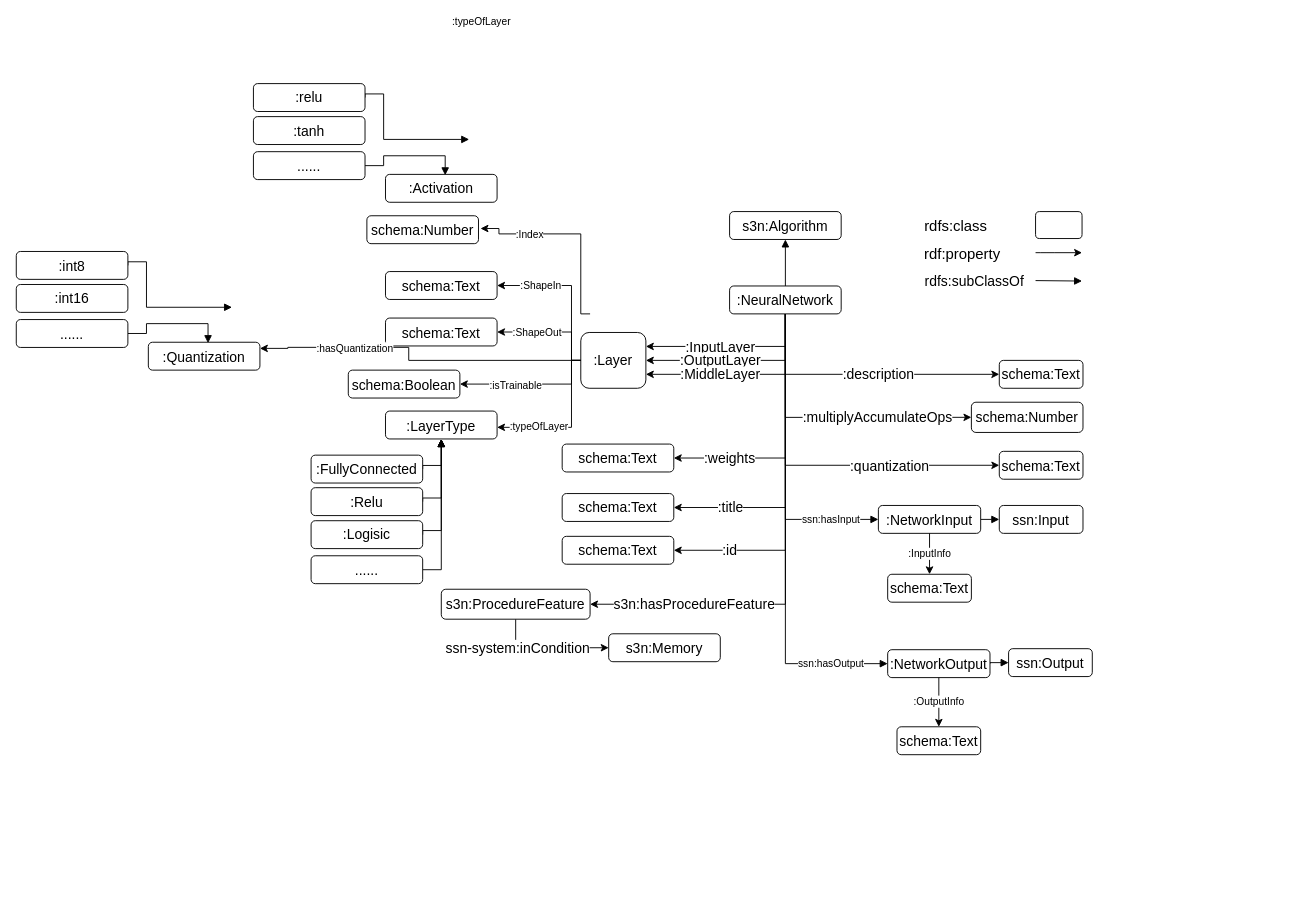
Before: NN_tinyML.drawio in Haoyu-R/appendix, a draw.io diagram. Source tidied: cells renumbered, new cells numbered last; positions are measured from the earlier drawing's top-left corner, leaving out a move shared by most shapes. Both pictures are drawn from the tidied source at 93%, with x=0, y=0 at pixel (16, 20).
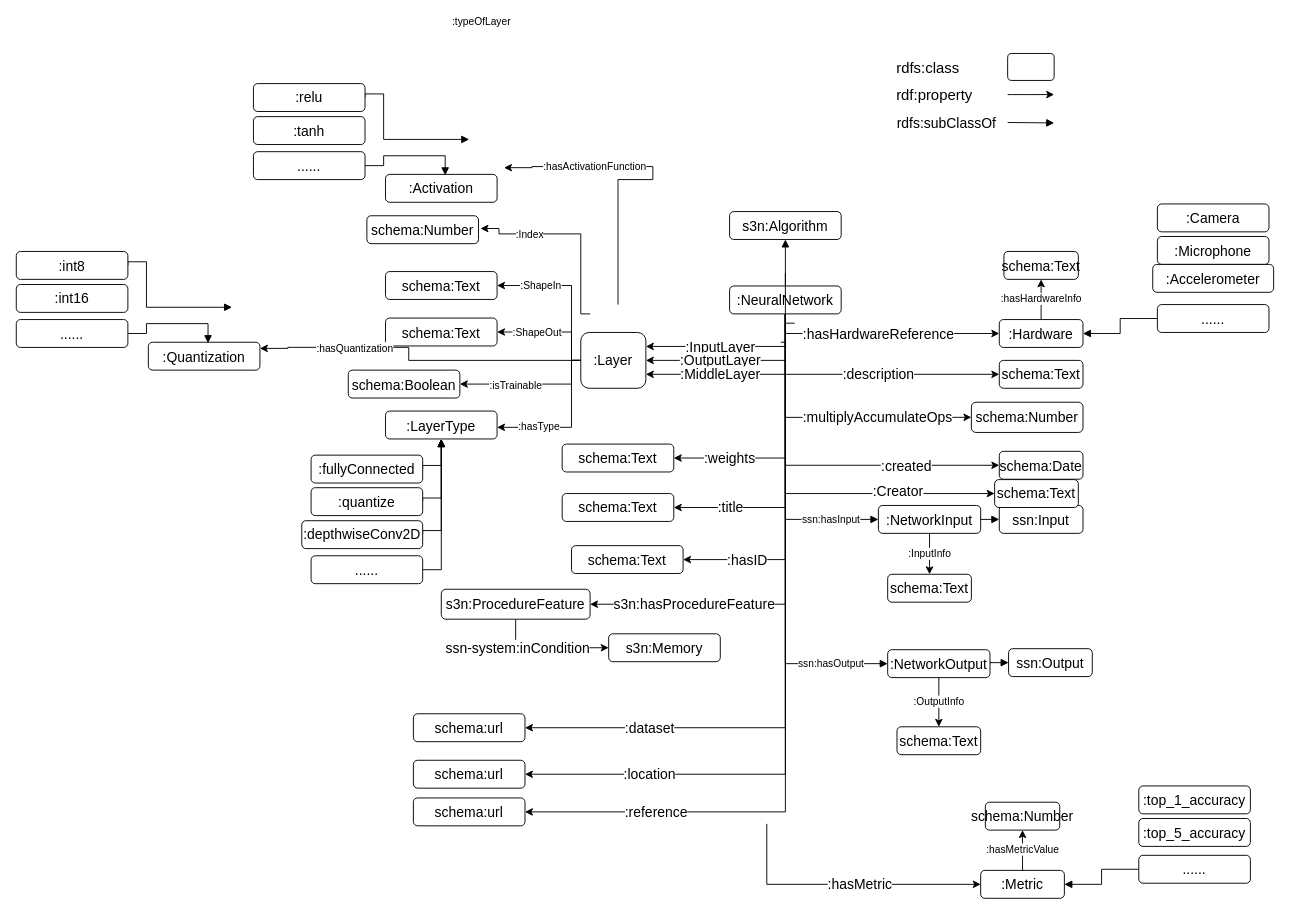
Above is the later version.

Unchanged cells that the change refers to:
```xml
<mxCell id="16" value=":NeuralNetwork" style="rounded=1;whiteSpace=wrap;html=1;fontSize=15;" parent="1" vertex="1">
  <mxGeometry x="767" y="285" width="120" height="30" as="geometry" />
</mxCell>
<mxCell id="46" style="edgeStyle=orthogonalEdgeStyle;rounded=0;jettySize=auto;html=1;exitX=0;exitY=0.5;exitDx=0;exitDy=0;" parent="1" edge="1" target="51">
  <mxGeometry relative="1" as="geometry">
    <mxPoint x="607" y="365" as="sourcePoint" />
    <Array as="points">
      <mxPoint x="597" y="365" />
      <mxPoint x="597" y="437" />
    </Array>
  </mxGeometry>
</mxCell>
```

What changed in the source:
```diff
@@
-    <mxCell id="4" value=":id" style="edgeStyle=orthogonalEdgeStyle;rounded=0;jettySize=auto;html=1;exitX=0.5;exitY=1;exitDx=0;exitDy=0;entryX=1;entryY=0.5;entryDx=0;entryDy=0;fontSize=15;" parent="1" edge="1" source="16" target="22">
-      <mxGeometry x="0.68" relative="1" as="geometry" />
+    <mxCell id="4" value=":dataset" style="edgeStyle=orthogonalEdgeStyle;rounded=0;jettySize=auto;html=1;exitX=0.5;exitY=1;exitDx=0;exitDy=0;entryX=1;entryY=0.5;entryDx=0;entryDy=0;fontSize=15;" parent="1" edge="1" source="16" target="22">
+      <mxGeometry x="0.63" relative="1" as="geometry" />
     </mxCell>
@@
-    <mxCell id="11" value=":quantization" style="edgeStyle=orthogonalEdgeStyle;rounded=0;jettySize=auto;html=1;exitX=0.5;exitY=1;exitDx=0;exitDy=0;entryX=0;entryY=0.5;entryDx=0;entryDy=0;fontSize=15;" parent="1" edge="1" source="16" target="20">
-      <mxGeometry x="0.4" relative="1" as="geometry" />
+    <mxCell id="11" value=":created" style="edgeStyle=orthogonalEdgeStyle;rounded=0;jettySize=auto;html=1;exitX=0.5;exitY=1;exitDx=0;exitDy=0;entryX=0;entryY=0.5;entryDx=0;entryDy=0;fontSize=15;" parent="1" edge="1" source="16" target="20">
+      <mxGeometry x="0.49" relative="1" as="geometry" />
     </mxCell>
@@
-    <mxCell id="20" value="schema:Text" style="rounded=1;whiteSpace=wrap;html=1;fontSize=15;" parent="1" vertex="1">
+    <mxCell id="20" value="schema:Date" style="rounded=1;whiteSpace=wrap;html=1;fontSize=15;" parent="1" vertex="1">
       <mxGeometry x="1057" y="462.8" width="90" height="30" as="geometry" />
     </mxCell>
@@
-    <mxCell id="22" value="schema:Text" style="rounded=1;whiteSpace=wrap;html=1;fontSize=15;" parent="1" vertex="1">
-      <mxGeometry x="587" y="554.2" width="120" height="30" as="geometry" />
+    <mxCell id="22" value="schema:url" style="rounded=1;whiteSpace=wrap;html=1;fontSize=15;" parent="1" vertex="1">
+      <mxGeometry x="427" y="745" width="120" height="30" as="geometry" />
     </mxCell>
@@
     <mxCell id="25" style="rounded=1;whiteSpace=wrap;html=1;fontSize=16;" parent="1" vertex="1">
-      <mxGeometry x="1096" y="205" width="50" height="29" as="geometry" />
+      <mxGeometry x="1066" y="35" width="50" height="29" as="geometry" />
     </mxCell>
     <mxCell id="26" value="rdfs:class" style="text;html=1;align=center;verticalAlign=middle;strokeColor=none;fontSize=16;" parent="1" vertex="1">
-      <mxGeometry x="970" y="209.5" width="80" height="20" as="geometry" />
+      <mxGeometry x="940" y="39.5" width="80" height="20" as="geometry" />
     </mxCell>
     <mxCell id="27" value="rdf:property" style="text;html=1;align=center;verticalAlign=middle;strokeColor=none;fontSize=16;" parent="1" vertex="1">
-      <mxGeometry x="967" y="239.5" width="100" height="20" as="geometry" />
+      <mxGeometry x="937" y="69.5" width="100" height="20" as="geometry" />
     </mxCell>
     <mxCell id="28" style="endArrow=classic;html=1;fontSize=16;" parent="1" edge="1">
       <mxGeometry relative="1" as="geometry">
-        <mxPoint x="1096" y="249.2" as="sourcePoint" />
-        <mxPoint x="1146" y="249.2" as="targetPoint" />
+        <mxPoint x="1066" y="79.2" as="sourcePoint" />
+        <mxPoint x="1116" y="79.2" as="targetPoint" />
         <Array as="points">
-          <mxPoint x="1106" y="249.2" />
+          <mxPoint x="1076" y="79.2" />
         </Array>
       </mxGeometry>
     </mxCell>
     <mxCell id="29" style="endArrow=block;html=1;fontSize=16;endFill=1;" parent="1" edge="1">
       <mxGeometry relative="1" as="geometry">
-        <mxPoint x="1096" y="279.2" as="sourcePoint" />
-        <mxPoint x="1146" y="279.7" as="targetPoint" />
+        <mxPoint x="1066" y="109.2" as="sourcePoint" />
+        <mxPoint x="1116" y="109.7" as="targetPoint" />
       </mxGeometry>
     </mxCell>
@@
     <mxCell id="33" value="rdfs:subClassOf" style="text;html=1;align=center;verticalAlign=middle;strokeColor=none;fontSize=15;" parent="1" vertex="1">
-      <mxGeometry x="970" y="269.5" width="120" height="20" as="geometry" />
+      <mxGeometry x="940" y="99.5" width="120" height="20" as="geometry" />
     </mxCell>
@@
-    <mxCell id="47" value=":typeOfLayer" style="edgeLabel;html=1;align=center;verticalAlign=middle;" parent="46" vertex="1">
+    <mxCell id="47" value=":hasType" style="edgeLabel;html=1;align=center;verticalAlign=middle;" parent="46" vertex="1">
       <mxGeometry x="0.48" y="1" relative="1" as="geometry">
         <mxPoint x="2" y="-3" as="offset" />
       </mxGeometry>
     </mxCell>
@@
-    <mxCell id="53" value="&lt;div&gt;:FullyConnected&lt;/div&gt;" style="rounded=1;whiteSpace=wrap;html=1;fontSize=15;" parent="1" vertex="1">
+    <mxCell id="53" value="&lt;div&gt;:fullyConnected&lt;/div&gt;" style="rounded=1;whiteSpace=wrap;html=1;fontSize=15;" parent="1" vertex="1">
       <mxGeometry x="317" y="466.9" width="120" height="30" as="geometry" />
     </mxCell>
@@
-    <mxCell id="55" value=":Relu" style="rounded=1;whiteSpace=wrap;html=1;fontSize=15;" parent="1" vertex="1">
+    <mxCell id="55" value=":quantize" style="rounded=1;whiteSpace=wrap;html=1;fontSize=15;" parent="1" vertex="1">
       <mxGeometry x="317" y="501.9" width="120" height="30" as="geometry" />
     </mxCell>
@@
-    <mxCell id="57" value=":Logisic" style="rounded=1;whiteSpace=wrap;html=1;fontSize=15;" parent="1" vertex="1">
-      <mxGeometry x="317" y="537.4" width="120" height="30" as="geometry" />
+    <mxCell id="57" value=":depthwiseConv2D" style="rounded=1;whiteSpace=wrap;html=1;fontSize=15;" parent="1" vertex="1">
+      <mxGeometry x="307" y="537.4" width="130" height="30" as="geometry" />
     </mxCell>
@@
+    <mxCell id="82" style="edgeStyle=orthogonalEdgeStyle;rounded=0;orthogonalLoop=1;jettySize=auto;html=1;entryX=1;entryY=0.5;entryDx=0;entryDy=0;" parent="1" edge="1">
+      <mxGeometry relative="1" as="geometry">
+        <mxPoint x="647" y="305" as="sourcePoint" />
+        <mxPoint x="524.5" y="157.8" as="targetPoint" />
+        <Array as="points">
+          <mxPoint x="684.5" y="170.6" />
+          <mxPoint x="684.5" y="156.6" />
+          <mxPoint x="554.5" y="156.6" />
+          <mxPoint x="554.5" y="157.6" />
+        </Array>
+      </mxGeometry>
+    </mxCell>
+    <mxCell id="83" value=":hasActivationFunction" style="edgeLabel;html=1;align=center;verticalAlign=middle;" parent="82" vertex="1">
+      <mxGeometry x="0.41" relative="1" as="geometry">
+        <mxPoint x="-4" as="offset" />
+      </mxGeometry>
+    </mxCell>
+    <mxCell id="84" value=":hasHardwareReference" style="edgeStyle=orthogonalEdgeStyle;rounded=0;jettySize=auto;html=1;exitX=0.5;exitY=1;exitDx=0;exitDy=0;entryX=0;entryY=0.5;entryDx=0;entryDy=0;fontSize=15;" parent="1" edge="1" target="85">
+      <mxGeometry x="0.12" relative="1" as="geometry">
+        <mxPoint x="827" y="271.1" as="sourcePoint" />
+        <Array as="points">
+          <mxPoint x="827" y="336" />
+        </Array>
+      </mxGeometry>
+    </mxCell>
+    <mxCell id="85" value=":Hardware" style="rounded=1;whiteSpace=wrap;html=1;fontSize=15;" parent="1" vertex="1">
+      <mxGeometry x="1057" y="321.1" width="90" height="30" as="geometry" />
+    </mxCell>
+    <mxCell id="86" value=":hasHardwareInfo" style="endArrow=classic;html=1;rounded=0;entryX=0.5;entryY=1;entryDx=0;entryDy=0;exitX=0.5;exitY=0;exitDx=0;exitDy=0;" parent="1" edge="1" source="85" target="87">
+      <mxGeometry relative="1" as="geometry" />
+    </mxCell>
+    <mxCell id="87" value="schema:Text" style="rounded=1;whiteSpace=wrap;html=1;fontSize=15;" parent="1" vertex="1">
+      <mxGeometry x="1062" y="247.9" width="80" height="30" as="geometry" />
+    </mxCell>
+    <mxCell id="88" value="&lt;div&gt;:Camera&lt;/div&gt;" style="rounded=1;whiteSpace=wrap;html=1;fontSize=15;" parent="1" vertex="1">
+      <mxGeometry x="1227" y="196.8" width="120" height="30" as="geometry" />
+    </mxCell>
+    <mxCell id="89" value=":Microphone" style="rounded=1;whiteSpace=wrap;html=1;fontSize=15;" parent="1" vertex="1">
+      <mxGeometry x="1227" y="231.8" width="120" height="30" as="geometry" />
+    </mxCell>
+    <mxCell id="90" value=":Accelerometer" style="rounded=1;whiteSpace=wrap;html=1;fontSize=15;" parent="1" vertex="1">
+      <mxGeometry x="1222" y="261.8" width="130" height="30" as="geometry" />
+    </mxCell>
+    <mxCell id="91" style="edgeStyle=orthogonalEdgeStyle;rounded=0;jettySize=auto;html=1;exitX=0;exitY=0.5;exitDx=0;exitDy=0;endArrow=block;endFill=1;entryX=1;entryY=0.5;entryDx=0;entryDy=0;" parent="1" edge="1" source="92" target="85">
+      <mxGeometry relative="1" as="geometry" />
+    </mxCell>
+    <mxCell id="92" value="......" style="rounded=1;whiteSpace=wrap;html=1;fontSize=15;" parent="1" vertex="1">
+      <mxGeometry x="1227" y="305" width="120" height="30" as="geometry" />
+    </mxCell>
+    <mxCell id="93" value=":hasMetric" style="edgeStyle=orthogonalEdgeStyle;rounded=0;jettySize=auto;html=1;exitX=0.5;exitY=1;exitDx=0;exitDy=0;entryX=0;entryY=0.5;entryDx=0;entryDy=0;fontSize=15;" parent="1" edge="1" target="94">
+      <mxGeometry x="0.12" relative="1" as="geometry">
+        <mxPoint x="807" y="863.4" as="sourcePoint" />
+        <Array as="points">
+          <mxPoint x="807" y="928.2" />
+        </Array>
+      </mxGeometry>
+    </mxCell>
+    <mxCell id="94" value=":Metric" style="rounded=1;whiteSpace=wrap;html=1;fontSize=15;" parent="1" vertex="1">
+      <mxGeometry x="1037" y="913.4" width="90" height="30" as="geometry" />
+    </mxCell>
+    <mxCell id="95" value=":hasMetricValue" style="endArrow=classic;html=1;rounded=0;entryX=0.5;entryY=1;entryDx=0;entryDy=0;exitX=0.5;exitY=0;exitDx=0;exitDy=0;" parent="1" edge="1" source="94" target="96">
+      <mxGeometry relative="1" as="geometry" />
+    </mxCell>
+    <mxCell id="96" value="schema:Number" style="rounded=1;whiteSpace=wrap;html=1;fontSize=15;" parent="1" vertex="1">
+      <mxGeometry x="1042" y="840.1" width="80" height="30" as="geometry" />
+    </mxCell>
+    <mxCell id="97" value=":top_1_accuracy" style="rounded=1;whiteSpace=wrap;html=1;fontSize=15;" parent="1" vertex="1">
+      <mxGeometry x="1207" y="822.6" width="120" height="30" as="geometry" />
+    </mxCell>
+    <mxCell id="98" value=":top_5_accuracy" style="rounded=1;whiteSpace=wrap;html=1;fontSize=15;" parent="1" vertex="1">
+      <mxGeometry x="1207" y="857.6" width="120" height="30" as="geometry" />
+    </mxCell>
+    <mxCell id="99" style="edgeStyle=orthogonalEdgeStyle;rounded=0;jettySize=auto;html=1;exitX=0;exitY=0.5;exitDx=0;exitDy=0;endArrow=block;endFill=1;entryX=1;entryY=0.5;entryDx=0;entryDy=0;" parent="1" edge="1" source="100" target="94">
+      <mxGeometry relative="1" as="geometry" />
+    </mxCell>
+    <mxCell id="100" value="......" style="rounded=1;whiteSpace=wrap;html=1;fontSize=15;" parent="1" vertex="1">
+      <mxGeometry x="1207" y="897.2" width="120" height="30" as="geometry" />
+    </mxCell>
+    <mxCell id="101" value=":hasID" style="edgeStyle=orthogonalEdgeStyle;rounded=0;jettySize=auto;html=1;exitX=0.5;exitY=1;exitDx=0;exitDy=0;entryX=1;entryY=0.5;entryDx=0;entryDy=0;fontSize=15;" parent="1" edge="1" target="102">
+      <mxGeometry x="0.63" relative="1" as="geometry">
+        <mxPoint x="837" y="325" as="sourcePoint" />
+        <Array as="points">
+          <mxPoint x="827" y="325" />
+          <mxPoint x="827" y="579" />
+        </Array>
+      </mxGeometry>
+    </mxCell>
+    <mxCell id="102" value="schema:Text" style="rounded=1;whiteSpace=wrap;html=1;fontSize=15;" parent="1" vertex="1">
+      <mxGeometry x="597" y="564.2" width="120" height="30" as="geometry" />
+    </mxCell>
+    <mxCell id="103" value=":Creator" style="edgeStyle=orthogonalEdgeStyle;rounded=0;jettySize=auto;html=1;exitX=0.5;exitY=1;exitDx=0;exitDy=0;entryX=0;entryY=0.5;entryDx=0;entryDy=0;fontSize=15;" parent="1" edge="1" target="104">
+      <mxGeometry x="0.47" y="3" relative="1" as="geometry">
+        <mxPoint x="822" y="345.5" as="sourcePoint" />
+        <Array as="points">
+          <mxPoint x="827" y="346" />
+          <mxPoint x="827" y="508" />
+        </Array>
+      </mxGeometry>
+    </mxCell>
+    <mxCell id="104" value="schema:Text" style="rounded=1;whiteSpace=wrap;html=1;fontSize=15;" parent="1" vertex="1">
+      <mxGeometry x="1052" y="493.2" width="90" height="30" as="geometry" />
+    </mxCell>
+    <mxCell id="105" value=":location" style="edgeStyle=orthogonalEdgeStyle;rounded=0;jettySize=auto;html=1;exitX=0.5;exitY=1;exitDx=0;exitDy=0;entryX=1;entryY=0.5;entryDx=0;entryDy=0;fontSize=15;" parent="1" edge="1" target="106">
+      <mxGeometry x="0.63" relative="1" as="geometry">
+        <mxPoint x="827" y="365" as="sourcePoint" />
+        <Array as="points">
+          <mxPoint x="827" y="810" />
+        </Array>
+      </mxGeometry>
+    </mxCell>
+    <mxCell id="106" value="schema:url" style="rounded=1;whiteSpace=wrap;html=1;fontSize=15;" parent="1" vertex="1">
+      <mxGeometry x="427" y="795" width="120" height="30" as="geometry" />
+    </mxCell>
+    <mxCell id="107" value=":reference" style="edgeStyle=orthogonalEdgeStyle;rounded=0;jettySize=auto;html=1;exitX=0.5;exitY=1;exitDx=0;exitDy=0;entryX=1;entryY=0.5;entryDx=0;entryDy=0;fontSize=15;" parent="1" edge="1" target="108">
+      <mxGeometry x="0.61" relative="1" as="geometry">
+        <mxPoint x="827" y="405.5" as="sourcePoint" />
+        <Array as="points">
+          <mxPoint x="827" y="850.5" />
+        </Array>
+      </mxGeometry>
+    </mxCell>
+    <mxCell id="108" value="schema:url" style="rounded=1;whiteSpace=wrap;html=1;fontSize=15;" parent="1" vertex="1">
+      <mxGeometry x="427" y="835.5" width="120" height="30" as="geometry" />
+    </mxCell>
```
